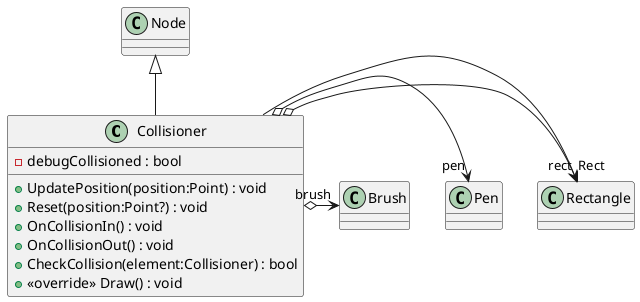
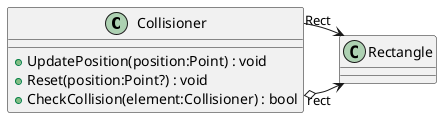
@startuml
class Collisioner {
-     - debugCollisioned : bool
    + UpdatePosition(position:Point) : void
    + Reset(position:Point?) : void
-     + OnCollisionIn() : void
-     + OnCollisionOut() : void
    + CheckCollision(element:Collisioner) : bool
-     + <<override>> Draw() : void
}
- Node <|-- Collisioner
Collisioner o-> "rect" Rectangle
Collisioner --> "Rect" Rectangle
- Collisioner o-> "pen" Pen
- Collisioner o-> "brush" Brush
@enduml
